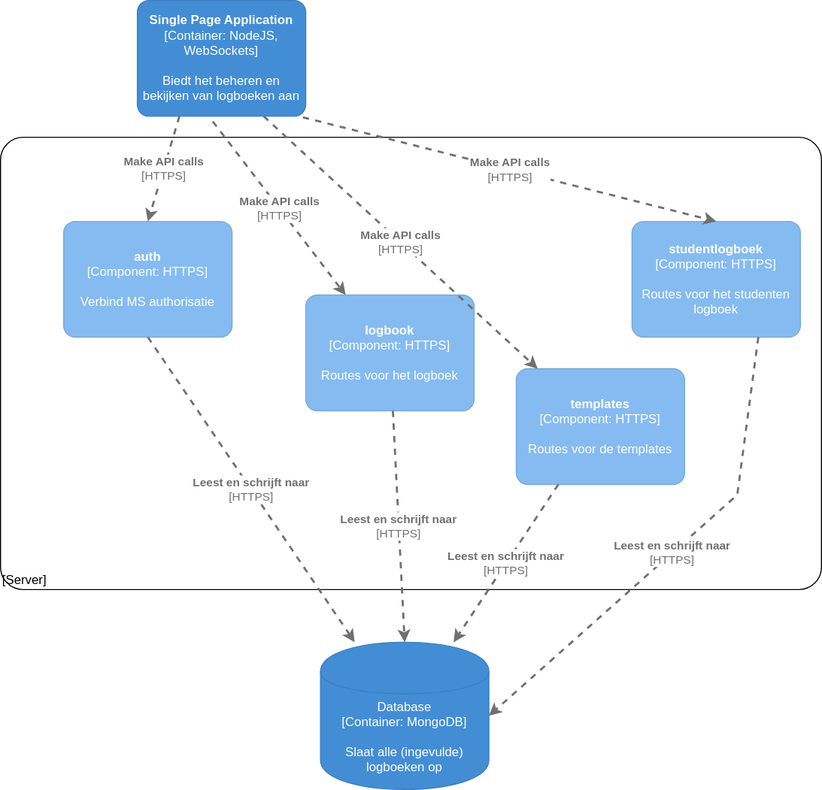
Rowan-Paul/HANAIM-DWA-Rekenlogboek keeps this draw.io diagram as docs/software-guidebook/c4-model/components-server.svg. Above is the earlier version. Source tidied: cells renumbered, new cells last; positions are measured from the earlier drawing's top-left corner, leaving out a move shared by most shapes.
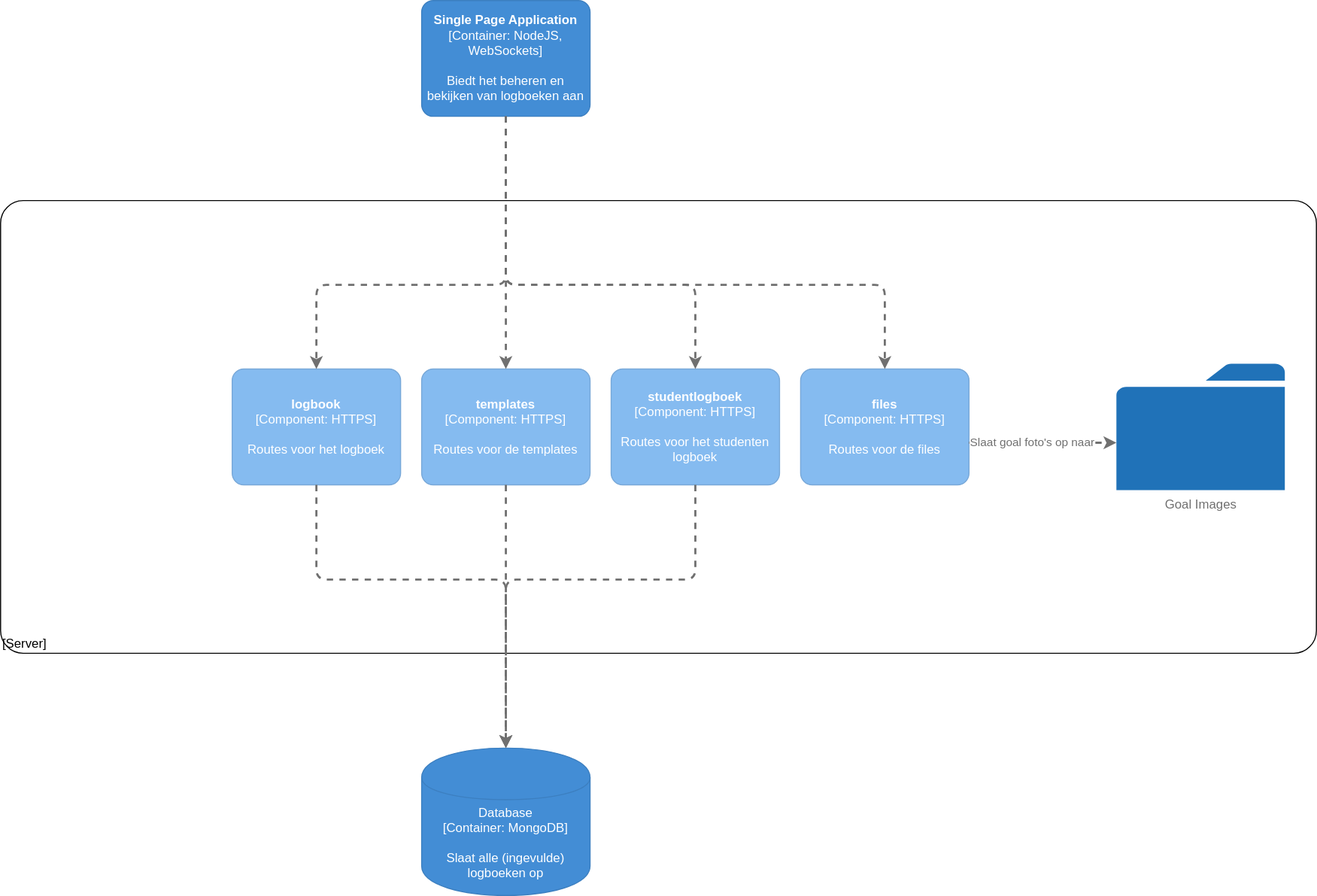
Later version of the same file.

Diff of the diagram source:
```diff
@@ -4,82 +4,111 @@
     <mxCell id="1" parent="0" />
     <object id="2" label="&lt;div style=&quot;text-align: left&quot;&gt;%c4Name%&lt;/div&gt;&lt;div style=&quot;text-align: left&quot;&gt;[%c4Application%]&lt;/div&gt;" c4Application="Server" c4Name="" c4Type="ExecutionEnvironment" placeholders="1">
       <mxCell style="rounded=1;whiteSpace=wrap;html=1;labelBackgroundColor=none;fillColor=#ffffff;fontColor=#000000;align=left;arcSize=5;strokeColor=#000000;verticalAlign=bottom;metaData={&quot;c4Type&quot;:{&quot;editable&quot;:false}};" parent="1" vertex="1">
-        <mxGeometry y="130" width="780" height="430" as="geometry" />
+        <mxGeometry y="120" width="1250" height="430" as="geometry" />
       </mxCell>
     </object>
     <object id="3" label="&lt;b&gt;%c4Name%&lt;/b&gt;&lt;div&gt;[%c4Type%: %c4Technology%]&lt;/div&gt;&lt;br&gt;&lt;div&gt;%c4Description%&lt;/div&gt;" c4Description="Biedt het beheren en bekijken van logboeken aan" c4Name="Single Page Application" c4Technology="NodeJS, WebSockets" c4Type="Container" placeholders="1">
       <mxCell style="rounded=1;whiteSpace=wrap;html=1;labelBackgroundColor=none;fillColor=#438DD5;fontColor=#ffffff;align=center;arcSize=10;strokeColor=#3C7FC0;metaData={&quot;c4Type&quot;:{&quot;editable&quot;:true}};points=[[0.25,0,0],[0.5,0,0],[0.75,0,0],[1,0.25,0],[1,0.5,0],[1,0.75,0],[0.75,1,0],[0.5,1,0],[0.25,1,0],[0,0.75,0],[0,0.5,0],[0,0.25,0]];" parent="1" vertex="1">
-        <mxGeometry x="130" width="160" height="110" as="geometry" />
+        <mxGeometry x="400" y="-70" width="160" height="110" as="geometry" />
       </mxCell>
     </object>
-    <object id="4" label="&lt;b&gt;%c4Name%&lt;/b&gt;&lt;div&gt;[%c4Type%: %c4Technology%]&lt;/div&gt;&lt;br&gt;&lt;div&gt;%c4Description%&lt;/div&gt;" c4Description="Verbind MS authorisatie" c4Name="auth" c4Technology="HTTPS" c4Type="Component" placeholders="1">
-      <mxCell style="rounded=1;whiteSpace=wrap;html=1;labelBackgroundColor=none;fillColor=#85BBF0;fontColor=#ffffff;align=center;arcSize=10;strokeColor=#78A8D8;metaData={&quot;c4Type&quot;:{&quot;editable&quot;:true}};points=[[0.25,0,0],[0.5,0,0],[0.75,0,0],[1,0.25,0],[1,0.5,0],[1,0.75,0],[0.75,1,0],[0.5,1,0],[0.25,1,0],[0,0.75,0],[0,0.5,0],[0,0.25,0]];" parent="1" vertex="1">
-        <mxGeometry x="60" y="210" width="160" height="110" as="geometry" />
-      </mxCell>
-    </object>
     <object id="5" label="&lt;b&gt;%c4Name%&lt;/b&gt;&lt;div&gt;[%c4Type%: %c4Technology%]&lt;/div&gt;&lt;br&gt;&lt;div&gt;%c4Description%&lt;/div&gt;" c4Description="Routes voor het logboek" c4Name="logbook" c4Technology="HTTPS" c4Type="Component" placeholders="1">
       <mxCell style="rounded=1;whiteSpace=wrap;html=1;labelBackgroundColor=none;fillColor=#85BBF0;fontColor=#ffffff;align=center;arcSize=10;strokeColor=#78A8D8;metaData={&quot;c4Type&quot;:{&quot;editable&quot;:true}};points=[[0.25,0,0],[0.5,0,0],[0.75,0,0],[1,0.25,0],[1,0.5,0],[1,0.75,0],[0.75,1,0],[0.5,1,0],[0.25,1,0],[0,0.75,0],[0,0.5,0],[0,0.25,0]];" parent="1" vertex="1">
-        <mxGeometry x="290" y="280" width="160" height="110" as="geometry" />
+        <mxGeometry x="220" y="280" width="160" height="110" as="geometry" />
       </mxCell>
     </object>
     <object id="6" label="&lt;b&gt;%c4Name%&lt;/b&gt;&lt;div&gt;[%c4Type%: %c4Technology%]&lt;/div&gt;&lt;br&gt;&lt;div&gt;%c4Description%&lt;/div&gt;" c4Description="Routes voor het studenten logboek" c4Name="studentlogboek" c4Technology="HTTPS" c4Type="Component" placeholders="1">
       <mxCell style="rounded=1;whiteSpace=wrap;html=1;labelBackgroundColor=none;fillColor=#85BBF0;fontColor=#ffffff;align=center;arcSize=10;strokeColor=#78A8D8;metaData={&quot;c4Type&quot;:{&quot;editable&quot;:true}};points=[[0.25,0,0],[0.5,0,0],[0.75,0,0],[1,0.25,0],[1,0.5,0],[1,0.75,0],[0.75,1,0],[0.5,1,0],[0.25,1,0],[0,0.75,0],[0,0.5,0],[0,0.25,0]];" parent="1" vertex="1">
-        <mxGeometry x="600" y="210" width="160" height="110" as="geometry" />
+        <mxGeometry x="580" y="280" width="160" height="110" as="geometry" />
       </mxCell>
     </object>
     <object id="7" label="&lt;b&gt;%c4Name%&lt;/b&gt;&lt;div&gt;[%c4Type%: %c4Technology%]&lt;/div&gt;&lt;br&gt;&lt;div&gt;%c4Description%&lt;/div&gt;" c4Description="Routes voor de templates" c4Name="templates" c4Technology="HTTPS" c4Type="Component" placeholders="1">
       <mxCell style="rounded=1;whiteSpace=wrap;html=1;labelBackgroundColor=none;fillColor=#85BBF0;fontColor=#ffffff;align=center;arcSize=10;strokeColor=#78A8D8;metaData={&quot;c4Type&quot;:{&quot;editable&quot;:true}};points=[[0.25,0,0],[0.5,0,0],[0.75,0,0],[1,0.25,0],[1,0.5,0],[1,0.75,0],[0.75,1,0],[0.5,1,0],[0.25,1,0],[0,0.75,0],[0,0.5,0],[0,0.25,0]];" parent="1" vertex="1">
-        <mxGeometry x="490" y="350" width="160" height="110" as="geometry" />
+        <mxGeometry x="400" y="280" width="160" height="110" as="geometry" />
       </mxCell>
     </object>
-    <object id="8" label="&lt;div style=&quot;text-align: left&quot;&gt;&lt;div style=&quot;text-align: center&quot;&gt;&lt;b&gt;%c4Description%&lt;/b&gt;&lt;/div&gt;&lt;div style=&quot;text-align: center&quot;&gt;[%c4Technology%]&lt;/div&gt;&lt;/div&gt;" c4Description="Make API calls" c4Technology="HTTPS" c4Type="Relationship" placeholders="1">
-      <mxCell style="edgeStyle=none;rounded=0;html=1;entryX=0.5;entryY=0;jettySize=auto;strokeColor=#707070;strokeWidth=2;fontColor=#707070;jumpStyle=none;dashed=1;metaData={&quot;c4Type&quot;:{&quot;editable&quot;:false}};exitX=0.25;exitY=1;exitDx=0;exitDy=0;exitPerimeter=0;entryDx=0;entryDy=0;entryPerimeter=0;" parent="1" edge="1" source="3" target="4">
-        <mxGeometry relative="1" as="geometry" />
-      </mxCell>
-    </object>
+    <object id="12" label="%c4Type%&lt;div&gt;[Container:&amp;nbsp;%c4Technology%]&lt;/div&gt;&lt;br&gt;&lt;div&gt;%c4Description%&lt;/div&gt;" c4Description="Slaat alle (ingevulde) logboeken op" c4Technology="MongoDB" c4Type="Database" placeholders="1">
+      <mxCell style="shape=cylinder;whiteSpace=wrap;html=1;boundedLbl=1;rounded=0;labelBackgroundColor=none;fillColor=#438DD5;fontSize=12;fontColor=#ffffff;align=center;strokeColor=#3C7FC0;points=[[0.5,0,0],[1,0.25,0],[1,0.5,0],[1,0.75,0],[0.5,1,0],[0,0.75,0],[0,0.5,0],[0,0.25,0]];metaData={&quot;c4Type&quot;:{&quot;editable&quot;:false}};" parent="1" vertex="1">
+        <mxGeometry x="400" y="640" width="160" height="140" as="geometry" />
+      </mxCell>
+    </object>
+    <mxCell id="14" style="endArrow=classic;html=1;dashed=1;strokeColor=#707070;strokeWidth=2;fontColor=#FFFFFF;exitX=0.5;exitY=1;exitDx=0;exitDy=0;exitPerimeter=0;entryX=0.5;entryY=0;entryDx=0;entryDy=0;entryPerimeter=0;" parent="1" edge="1" source="5" target="12">
+      <mxGeometry relative="1" as="geometry">
+        <Array as="points">
+          <mxPoint x="300" y="480" />
+          <mxPoint x="480" y="480" />
+        </Array>
+      </mxGeometry>
+    </mxCell>
+    <mxCell id="17" style="endArrow=classic;html=1;dashed=1;strokeColor=#707070;strokeWidth=2;fontColor=#FFFFFF;exitX=0.5;exitY=1;exitDx=0;exitDy=0;exitPerimeter=0;" parent="1" edge="1" source="7">
+      <mxGeometry relative="1" as="geometry">
+        <mxPoint x="480" y="640" as="targetPoint" />
+        <Array as="points">
+          <mxPoint x="480" y="480" />
+        </Array>
+      </mxGeometry>
+    </mxCell>
+    <mxCell id="16" style="endArrow=classic;html=1;dashed=1;strokeColor=#707070;strokeWidth=2;fontColor=#FFFFFF;exitX=0.5;exitY=1;exitDx=0;exitDy=0;exitPerimeter=0;entryX=0.5;entryY=0;entryDx=0;entryDy=0;entryPerimeter=0;" parent="1" edge="1" source="6" target="12">
+      <mxGeometry relative="1" as="geometry">
+        <Array as="points">
+          <mxPoint x="660" y="480" />
+          <mxPoint x="480" y="480" />
+        </Array>
+      </mxGeometry>
+    </mxCell>
-    <object id="9" label="&lt;div style=&quot;text-align: left&quot;&gt;&lt;div style=&quot;text-align: center&quot;&gt;&lt;b&gt;%c4Description%&lt;/b&gt;&lt;/div&gt;&lt;div style=&quot;text-align: center&quot;&gt;[%c4Technology%]&lt;/div&gt;&lt;/div&gt;" c4Description="Make API calls" c4Technology="HTTPS" c4Type="Relationship" placeholders="1">
-      <mxCell style="edgeStyle=none;rounded=0;html=1;jettySize=auto;strokeColor=#707070;strokeWidth=2;fontColor=#707070;jumpStyle=none;dashed=1;metaData={&quot;c4Type&quot;:{&quot;editable&quot;:false}};exitX=0.448;exitY=1.045;exitDx=0;exitDy=0;exitPerimeter=0;" parent="1" edge="1" source="3" target="5">
-        <mxGeometry relative="1" as="geometry" />
-      </mxCell>
-    </object>
+    <mxCell id="9" style="endArrow=classic;html=1;dashed=1;strokeColor=#707070;strokeWidth=2;fontColor=#FFFFFF;exitX=0.5;exitY=1;exitDx=0;exitDy=0;exitPerimeter=0;entryX=0.5;entryY=0;entryDx=0;entryDy=0;entryPerimeter=0;" parent="1" edge="1" source="3" target="5">
+      <mxGeometry relative="1" as="geometry">
+        <Array as="points">
+          <mxPoint x="480" y="200" />
+          <mxPoint x="300" y="200" />
+        </Array>
+      </mxGeometry>
+    </mxCell>
+    <mxCell id="11" style="endArrow=classic;html=1;dashed=1;strokeColor=#707070;strokeWidth=2;fontColor=#FFFFFF;exitX=0.5;exitY=1;exitDx=0;exitDy=0;exitPerimeter=0;entryX=0.5;entryY=0;entryDx=0;entryDy=0;entryPerimeter=0;" parent="1" edge="1" source="3" target="7">
+      <mxGeometry relative="1" as="geometry">
+        <Array as="points">
+          <mxPoint x="480" y="200" />
+        </Array>
+      </mxGeometry>
+    </mxCell>
-    <object id="10" label="&lt;div style=&quot;text-align: left&quot;&gt;&lt;div style=&quot;text-align: center&quot;&gt;&lt;b&gt;%c4Description%&lt;/b&gt;&lt;/div&gt;&lt;div style=&quot;text-align: center&quot;&gt;[%c4Technology%]&lt;/div&gt;&lt;/div&gt;" c4Description="Make API calls" c4Technology="HTTPS" c4Type="Relationship" placeholders="1">
-      <mxCell style="edgeStyle=none;rounded=0;html=1;jettySize=auto;strokeColor=#707070;strokeWidth=2;fontColor=#707070;jumpStyle=none;dashed=1;metaData={&quot;c4Type&quot;:{&quot;editable&quot;:false}};exitX=0.983;exitY=1.009;exitDx=0;exitDy=0;exitPerimeter=0;entryX=0.5;entryY=0;entryDx=0;entryDy=0;entryPerimeter=0;" parent="1" edge="1" source="3" target="6">
-        <mxGeometry relative="1" as="geometry" />
-      </mxCell>
-    </object>
+    <mxCell id="10" style="endArrow=classic;html=1;dashed=1;strokeColor=#707070;strokeWidth=2;fontColor=#FFFFFF;exitX=0.5;exitY=1;exitDx=0;exitDy=0;exitPerimeter=0;entryX=0.5;entryY=0;entryDx=0;entryDy=0;entryPerimeter=0;" parent="1" edge="1" source="3" target="6">
+      <mxGeometry relative="1" as="geometry">
+        <Array as="points">
+          <mxPoint x="480" y="200" />
+          <mxPoint x="660" y="200" />
+        </Array>
+      </mxGeometry>
+    </mxCell>
-    <object id="11" label="&lt;div style=&quot;text-align: left&quot;&gt;&lt;div style=&quot;text-align: center&quot;&gt;&lt;b&gt;%c4Description%&lt;/b&gt;&lt;/div&gt;&lt;div style=&quot;text-align: center&quot;&gt;[%c4Technology%]&lt;/div&gt;&lt;/div&gt;" c4Description="Make API calls" c4Technology="HTTPS" c4Type="Relationship" placeholders="1">
-      <mxCell style="edgeStyle=none;rounded=0;html=1;jettySize=auto;strokeColor=#707070;strokeWidth=2;fontColor=#707070;jumpStyle=none;dashed=1;metaData={&quot;c4Type&quot;:{&quot;editable&quot;:false}};exitX=0.75;exitY=1;exitDx=0;exitDy=0;exitPerimeter=0;" parent="1" edge="1" source="3" target="7">
-        <mxGeometry relative="1" as="geometry" />
-      </mxCell>
-    </object>
-    <object id="12" label="%c4Type%&lt;div&gt;[Container:&amp;nbsp;%c4Technology%]&lt;/div&gt;&lt;br&gt;&lt;div&gt;%c4Description%&lt;/div&gt;" c4Description="Slaat alle (ingevulde) logboeken op" c4Technology="MongoDB" c4Type="Database" placeholders="1">
-      <mxCell style="shape=cylinder;whiteSpace=wrap;html=1;boundedLbl=1;rounded=0;labelBackgroundColor=none;fillColor=#438DD5;fontSize=12;fontColor=#ffffff;align=center;strokeColor=#3C7FC0;points=[[0.5,0,0],[1,0.25,0],[1,0.5,0],[1,0.75,0],[0.5,1,0],[0,0.75,0],[0,0.5,0],[0,0.25,0]];metaData={&quot;c4Type&quot;:{&quot;editable&quot;:false}};" parent="1" vertex="1">
-        <mxGeometry x="304" y="610" width="160" height="140" as="geometry" />
-      </mxCell>
-    </object>
-    <object id="13" label="&lt;div style=&quot;text-align: left&quot;&gt;&lt;div style=&quot;text-align: center&quot;&gt;&lt;b&gt;%c4Description%&lt;/b&gt;&lt;/div&gt;&lt;div style=&quot;text-align: center&quot;&gt;[%c4Technology%]&lt;/div&gt;&lt;/div&gt;" c4Description="Leest en schrijft naar" c4Technology="HTTPS" c4Type="Relationship" placeholders="1">
-      <mxCell style="edgeStyle=none;rounded=0;html=1;jettySize=auto;strokeColor=#707070;strokeWidth=2;fontColor=#707070;jumpStyle=none;dashed=1;metaData={&quot;c4Type&quot;:{&quot;editable&quot;:false}};exitX=0.5;exitY=1;exitDx=0;exitDy=0;exitPerimeter=0;" parent="1" edge="1" source="4" target="12">
-        <mxGeometry relative="1" as="geometry" />
-      </mxCell>
-    </object>
-    <object id="14" label="&lt;div style=&quot;text-align: left&quot;&gt;&lt;div style=&quot;text-align: center&quot;&gt;&lt;b&gt;%c4Description%&lt;/b&gt;&lt;/div&gt;&lt;div style=&quot;text-align: center&quot;&gt;[%c4Technology%]&lt;/div&gt;&lt;/div&gt;" c4Description="Leest en schrijft naar" c4Technology="HTTPS" c4Type="Relationship" placeholders="1">
-      <mxCell style="edgeStyle=none;rounded=0;html=1;jettySize=auto;strokeColor=#707070;strokeWidth=2;fontColor=#707070;jumpStyle=none;dashed=1;metaData={&quot;c4Type&quot;:{&quot;editable&quot;:false}};entryX=0.5;entryY=0;entryDx=0;entryDy=0;entryPerimeter=0;" parent="1" edge="1" source="5" target="12">
-        <mxGeometry relative="1" as="geometry" />
-      </mxCell>
-    </object>
-    <object id="15" label="&lt;div style=&quot;text-align: left&quot;&gt;&lt;div style=&quot;text-align: center&quot;&gt;&lt;b&gt;%c4Description%&lt;/b&gt;&lt;/div&gt;&lt;div style=&quot;text-align: center&quot;&gt;[%c4Technology%]&lt;/div&gt;&lt;/div&gt;" c4Description="Leest en schrijft naar" c4Technology="HTTPS" c4Type="Relationship" placeholders="1">
-      <mxCell style="edgeStyle=none;rounded=0;html=1;jettySize=auto;strokeColor=#707070;strokeWidth=2;fontColor=#707070;jumpStyle=none;dashed=1;metaData={&quot;c4Type&quot;:{&quot;editable&quot;:false}};exitX=0.25;exitY=1;exitDx=0;exitDy=0;exitPerimeter=0;" parent="1" edge="1" source="7" target="12">
-        <mxGeometry relative="1" as="geometry" />
-      </mxCell>
-    </object>
-    <object id="16" label="&lt;div style=&quot;text-align: left&quot;&gt;&lt;div style=&quot;text-align: center&quot;&gt;&lt;b&gt;%c4Description%&lt;/b&gt;&lt;/div&gt;&lt;div style=&quot;text-align: center&quot;&gt;[%c4Technology%]&lt;/div&gt;&lt;/div&gt;" c4Description="Leest en schrijft naar" c4Technology="HTTPS" c4Type="Relationship" placeholders="1">
-      <mxCell style="edgeStyle=none;rounded=0;html=1;jettySize=auto;strokeColor=#707070;strokeWidth=2;fontColor=#707070;jumpStyle=none;dashed=1;metaData={&quot;c4Type&quot;:{&quot;editable&quot;:false}};exitX=0.75;exitY=1;exitDx=0;exitDy=0;exitPerimeter=0;entryX=1;entryY=0.5;entryDx=0;entryDy=0;entryPerimeter=0;" parent="1" edge="1" source="6" target="12">
-        <mxGeometry relative="1" as="geometry">
-          <Array as="points">
-            <mxPoint x="700" y="470" />
-          </Array>
-        </mxGeometry>
-      </mxCell>
-    </object>
+    <object id="4" label="&lt;b&gt;%c4Name%&lt;/b&gt;&lt;div&gt;[%c4Type%: %c4Technology%]&lt;/div&gt;&lt;br&gt;&lt;div&gt;%c4Description%&lt;/div&gt;" c4Description="Routes voor de files" c4Name="files&#10;" c4Technology="HTTPS" c4Type="Component" placeholders="1">
+      <mxCell style="rounded=1;whiteSpace=wrap;html=1;labelBackgroundColor=none;fillColor=#85BBF0;fontColor=#ffffff;align=center;arcSize=10;strokeColor=#78A8D8;metaData={&quot;c4Type&quot;:{&quot;editable&quot;:true}};points=[[0.25,0,0],[0.5,0,0],[0.75,0,0],[1,0.25,0],[1,0.5,0],[1,0.75,0],[0.75,1,0],[0.5,1,0],[0.25,1,0],[0,0.75,0],[0,0.5,0],[0,0.25,0]];" parent="1" vertex="1">
+        <mxGeometry x="760" y="280" width="160" height="110" as="geometry" />
+      </mxCell>
+    </object>
+    <mxCell id="18" style="endArrow=classic;html=1;dashed=1;strokeColor=#707070;strokeWidth=2;fontColor=#FFFFFF;exitX=0.5;exitY=1;exitDx=0;exitDy=0;exitPerimeter=0;entryX=0.5;entryY=0;entryDx=0;entryDy=0;entryPerimeter=0;" parent="1" edge="1" target="4">
+      <mxGeometry relative="1" as="geometry">
+        <mxPoint x="480" y="40" as="sourcePoint" />
+        <Array as="points">
+          <mxPoint x="480" y="200" />
+          <mxPoint x="840" y="200" />
+        </Array>
+      </mxGeometry>
+    </mxCell>
+    <mxCell id="19" value="Goal Images" style="shadow=0;dashed=0;html=1;strokeColor=none;labelPosition=center;verticalLabelPosition=bottom;verticalAlign=top;align=center;shape=mxgraph.office.concepts.folder;fillColor=#2072B8;fontColor=#707070;" parent="1" vertex="1">
+      <mxGeometry x="1060" y="275" width="160" height="120" as="geometry" />
+    </mxCell>
+    <mxCell id="20" style="endArrow=classic;html=1;dashed=1;strokeColor=#707070;strokeWidth=2;fontColor=#FFFFFF;exitX=1;exitY=0.5;exitDx=0;exitDy=0;exitPerimeter=0;" parent="1" edge="1">
+      <mxGeometry relative="1" as="geometry">
+        <mxPoint x="920" y="350" as="sourcePoint" />
+        <mxPoint x="1060" y="350" as="targetPoint" />
+        <Array as="points">
+          <mxPoint x="1020" y="350" />
+        </Array>
+      </mxGeometry>
+    </mxCell>
+    <mxCell id="21" value="&lt;font color=&quot;#707070&quot;&gt;Slaat goal foto's op naar&lt;/font&gt;" style="edgeLabel;html=1;align=center;verticalAlign=middle;fontColor=#FFFFFF;" parent="20" vertex="1">
+      <mxGeometry x="-0.12" y="2" relative="1" as="geometry">
+        <mxPoint x="-1.9" y="2" as="offset" />
+      </mxGeometry>
+    </mxCell>
   </root>
 </mxGraphModel>
```
